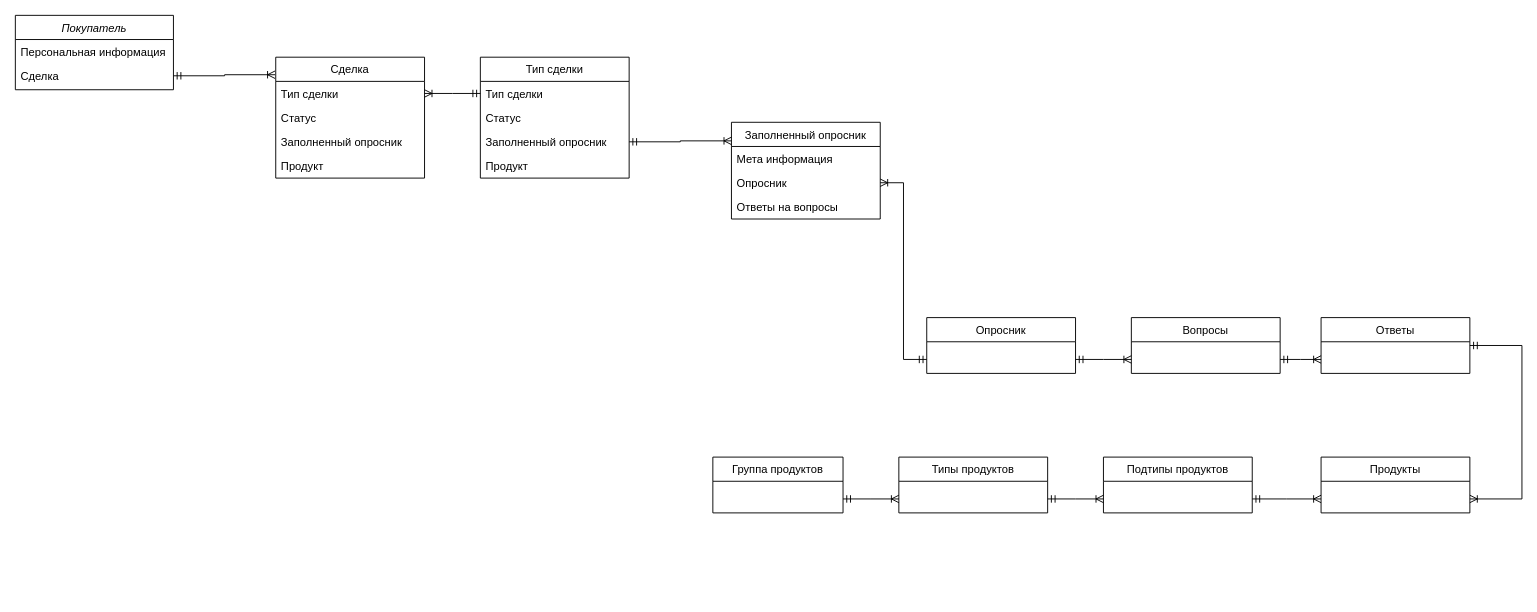
Kkorolyok/Diagrams keeps this draw.io diagram as Диаграмма меню.drawio. Above is the earlier version. Source tidied: cells renumbered, new cells numbered last; positions are measured from the earlier drawing's top-left corner, leaving out a move shared by most shapes. Both pictures are drawn from the tidied source at 93%, with x=0, y=0 at pixel (15, 15).
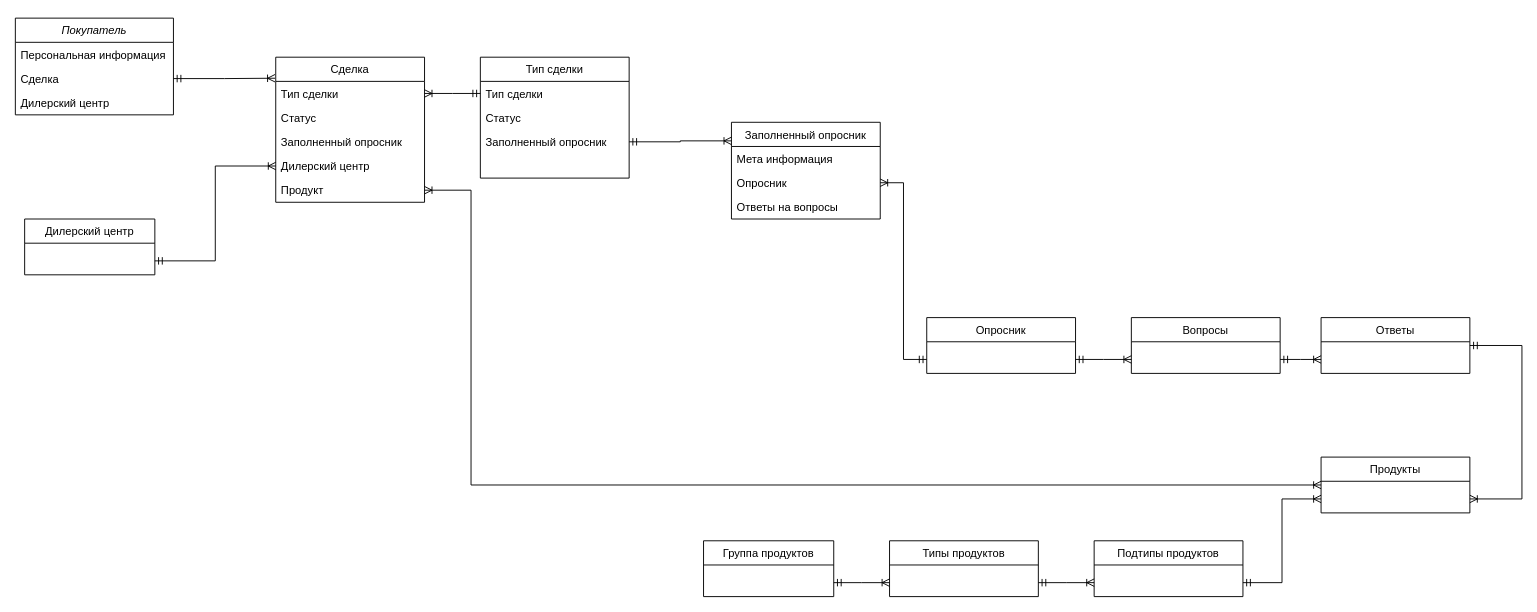
Above is the later version.

Unchanged cells that the change refers to:
```xml
<mxCell id="14" value="Тип сделки" style="swimlane;fontStyle=0;align=center;verticalAlign=top;horizontal=1;startSize=26;rounded=0;shadow=0;strokeWidth=1;" parent="1" vertex="1">
  <mxGeometry x="500" y="45" width="160" height="130" as="geometry" />
</mxCell>
<mxCell id="26" value="Продукты" style="swimlane;fontStyle=0;align=center;verticalAlign=top;horizontal=1;startSize=26;rounded=0;shadow=0;strokeWidth=1;" parent="1" vertex="1">
  <mxGeometry x="1404" y="475" width="160" height="60" as="geometry" />
</mxCell>
```

The edit, as a diff of the source:
```diff
@@
     <mxCell id="2" value="Покупатель" style="swimlane;fontStyle=2;align=center;verticalAlign=top;horizontal=1;startSize=26;rounded=0;shadow=0;strokeWidth=1;" parent="1" vertex="1">
-      <mxGeometry width="170" height="80" as="geometry" />
+      <mxGeometry y="3" width="170" height="104" as="geometry" />
     </mxCell>
@@
+    <mxCell id="36" value="Дилерский центр" style="text;align=left;verticalAlign=top;spacingLeft=4;spacingRight=4;overflow=hidden;rounded=0;shadow=0;html=0;" parent="2" vertex="1">
+      <mxGeometry y="78" width="170" height="26" as="geometry" />
+    </mxCell>
@@
     <mxCell id="9" value="Сделка" style="swimlane;fontStyle=0;align=center;verticalAlign=top;horizontal=1;startSize=26;rounded=0;shadow=0;strokeWidth=1;" parent="1" vertex="1">
-      <mxGeometry x="280" y="45" width="160" height="130" as="geometry" />
+      <mxGeometry x="280" y="45" width="160" height="156" as="geometry" />
     </mxCell>
@@
+    <mxCell id="37" value="Дилерский центр" style="text;align=left;verticalAlign=top;spacingLeft=4;spacingRight=4;overflow=hidden;points=[[0,0.5],[1,0.5]];portConstraint=eastwest;rounded=0;shadow=0;html=0;" parent="9" vertex="1">
+      <mxGeometry y="104" width="160" height="26" as="geometry" />
+    </mxCell>
     <mxCell id="13" value="Продукт" style="text;align=left;verticalAlign=top;spacingLeft=4;spacingRight=4;overflow=hidden;points=[[0,0.5],[1,0.5]];portConstraint=eastwest;rounded=0;shadow=0;html=0;" parent="9" vertex="1">
-      <mxGeometry y="104" width="160" height="26" as="geometry" />
+      <mxGeometry y="130" width="160" height="26" as="geometry" />
     </mxCell>
@@
-    <mxCell id="18" value="Продукт" style="text;align=left;verticalAlign=top;spacingLeft=4;spacingRight=4;overflow=hidden;rounded=0;shadow=0;html=0;" parent="14" vertex="1">
-      <mxGeometry y="104" width="160" height="26" as="geometry" />
-    </mxCell>
@@
     <mxCell id="28" value="Группа продуктов" style="swimlane;fontStyle=0;align=center;verticalAlign=top;horizontal=1;startSize=26;rounded=0;shadow=0;strokeWidth=1;" parent="1" vertex="1">
-      <mxGeometry x="750" y="475" width="140" height="60" as="geometry" />
+      <mxGeometry x="740" y="565" width="140" height="60" as="geometry" />
     </mxCell>
@@
     <mxCell id="30" value="Подтипы продуктов" style="swimlane;fontStyle=0;align=center;verticalAlign=top;horizontal=1;startSize=26;rounded=0;shadow=0;strokeWidth=1;" parent="1" vertex="1">
-      <mxGeometry x="1170" y="475" width="160" height="60" as="geometry" />
+      <mxGeometry x="1160" y="565" width="160" height="60" as="geometry" />
     </mxCell>
@@
     <mxCell id="32" value="Типы продуктов" style="swimlane;fontStyle=0;align=center;verticalAlign=top;horizontal=1;startSize=26;rounded=0;shadow=0;strokeWidth=1;" parent="1" vertex="1">
-      <mxGeometry x="950" y="475" width="160" height="60" as="geometry" />
+      <mxGeometry x="940" y="565" width="160" height="60" as="geometry" />
     </mxCell>
@@
+    <mxCell id="38" style="edgeStyle=elbowEdgeStyle;rounded=0;jettySize=auto;html=1;exitX=1;exitY=0.75;exitDx=0;exitDy=0;entryX=0;entryY=0.5;entryDx=0;entryDy=0;startArrow=ERmandOne;startFill=0;endArrow=ERoneToMany;endFill=0;" parent="1" edge="1" source="39" target="37">
+      <mxGeometry relative="1" as="geometry" />
+    </mxCell>
+    <mxCell id="39" value="Дилерский центр" style="swimlane;fontStyle=0;align=center;verticalAlign=top;horizontal=1;startSize=26;rounded=0;shadow=0;strokeWidth=1;" parent="1" vertex="1">
+      <mxGeometry x="10" y="219" width="140" height="60" as="geometry" />
+    </mxCell>
+    <mxCell id="40" style="edgeStyle=elbowEdgeStyle;rounded=0;jettySize=auto;html=1;exitX=1;exitY=0.5;exitDx=0;exitDy=0;entryX=0;entryY=0.5;entryDx=0;entryDy=0;startArrow=ERoneToMany;startFill=0;endArrow=ERoneToMany;endFill=0;" parent="1" edge="1" source="13" target="26">
+      <mxGeometry relative="1" as="geometry">
+        <Array as="points">
+          <mxPoint x="490" y="375" />
+        </Array>
+      </mxGeometry>
+    </mxCell>
```
